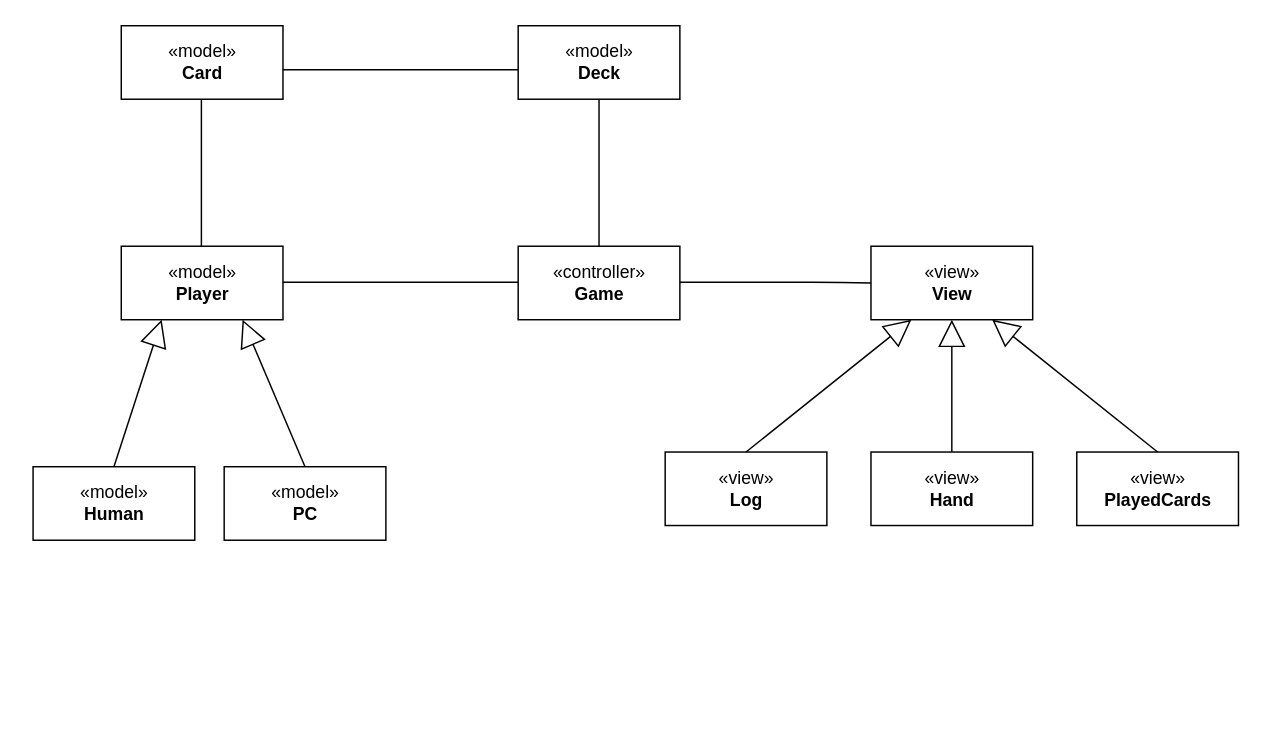
Above: page "Dijagram arhitekture Trešete" (9 of 10) of Dijagram.drawio in TheRealJoci/Tressette-Terminal-Card-Game (draw.io), before the change. Source tidied: cells renumbered, new cells numbered last; positions are measured from the earlier drawing's top-left corner, leaving out a move shared by most shapes. Both pictures are drawn from the tidied source at 147%, with x=0, y=0 at pixel (32, 25).
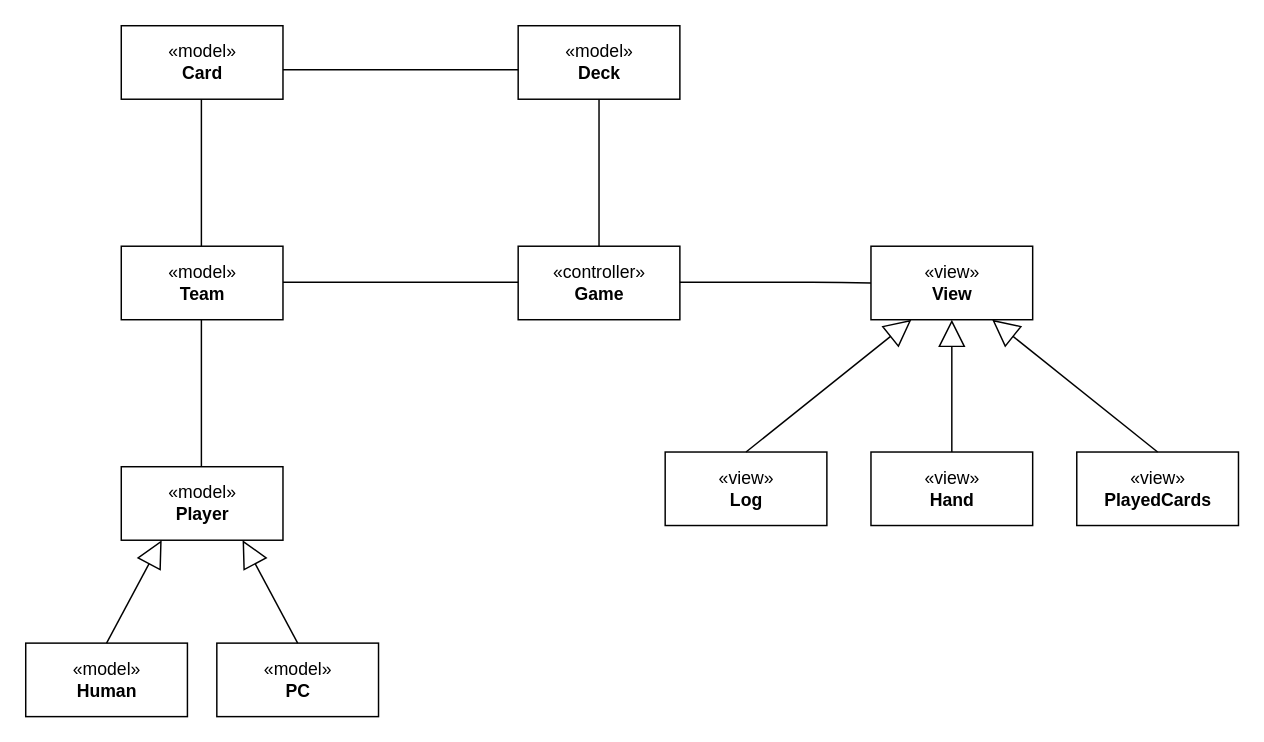
After the change.

The edit, as a diff of the source:
```diff
@@
     <mxCell id="6" value="«model»&lt;br&gt;&lt;b&gt;Player&lt;/b&gt;" style="html=1;" parent="1" vertex="1">
-      <mxGeometry x="60" y="150" width="110" height="50" as="geometry" />
+      <mxGeometry x="60" y="300" width="110" height="50" as="geometry" />
     </mxCell>
     <mxCell id="7" value="«model»&lt;br&gt;&lt;b&gt;Human&lt;/b&gt;" style="html=1;" parent="1" vertex="1">
-      <mxGeometry y="300" width="110" height="50" as="geometry" />
+      <mxGeometry x="-5" y="420" width="110" height="50" as="geometry" />
     </mxCell>
     <mxCell id="8" value="«model»&lt;br&gt;&lt;b&gt;PC&lt;/b&gt;" style="html=1;" parent="1" vertex="1">
-      <mxGeometry x="130" y="300" width="110" height="50" as="geometry" />
+      <mxGeometry x="125" y="420" width="110" height="50" as="geometry" />
     </mxCell>
@@
+    <mxCell id="22" value="«model»&lt;br&gt;&lt;b&gt;Team&lt;/b&gt;" style="html=1;" parent="1" vertex="1">
+      <mxGeometry x="60" y="150" width="110" height="50" as="geometry" />
+    </mxCell>
+    <mxCell id="23" style="endArrow=none;html=1;edgeStyle=orthogonalEdgeStyle;exitX=0.5;exitY=1;exitDx=0;exitDy=0;entryX=0.5;entryY=0;entryDx=0;entryDy=0;" parent="1" edge="1">
+      <mxGeometry relative="1" as="geometry">
+        <mxPoint x="114.5" y="200" as="sourcePoint" />
+        <mxPoint x="114.5" y="300" as="targetPoint" />
+        <Array as="points">
+          <mxPoint x="114.5" y="270" />
+          <mxPoint x="114.5" y="270" />
+        </Array>
+      </mxGeometry>
+    </mxCell>
```
